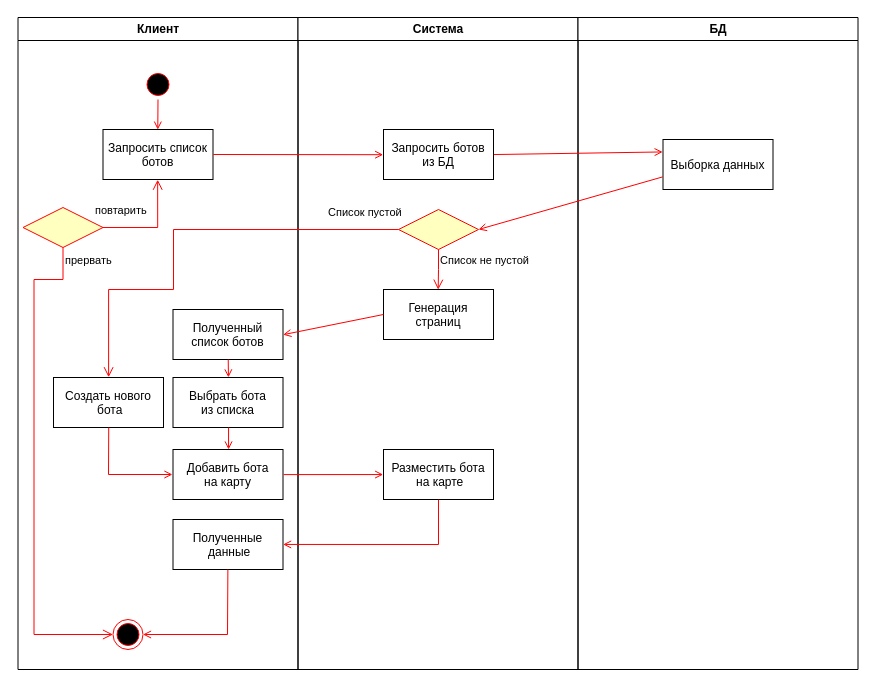
Earlier version of the draw.io diagram activityDiagram.drawio (thewyolar/CyberLife). Source tidied: cells renumbered, new cells numbered last; positions are measured from the earlier drawing's top-left corner, leaving out a move shared by most shapes. Both pictures are drawn from the tidied source at 100%, with x=0, y=0 at pixel (17, 17).
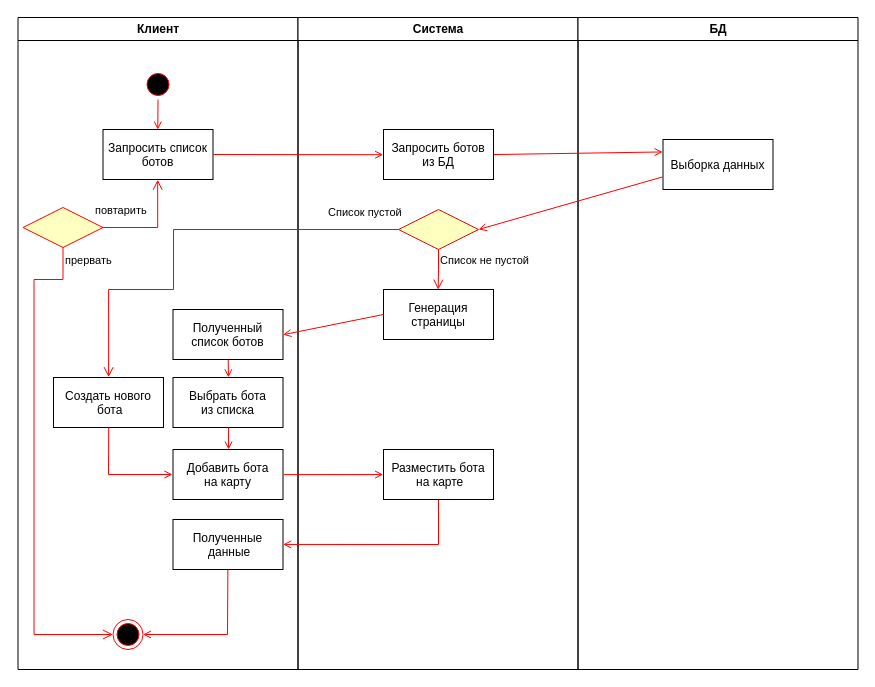
Above is the later version.

The change refers to these unchanged cells:
```xml
<mxCell id="19" value="Система" style="swimlane;whiteSpace=wrap;startSize=23;" parent="1" vertex="1">
  <mxGeometry x="280.5" width="280" height="652" as="geometry" />
</mxCell>
```

The edit, as a diff of the source:
```diff
@@
-    <mxCell id="21" value="Генерация &#10;страниц" parent="19" vertex="1">
+    <mxCell id="21" value="Генерация &#10;страницы" parent="19" vertex="1">
       <mxGeometry x="85.5" y="272" width="110" height="50" as="geometry" />
     </mxCell>
```
